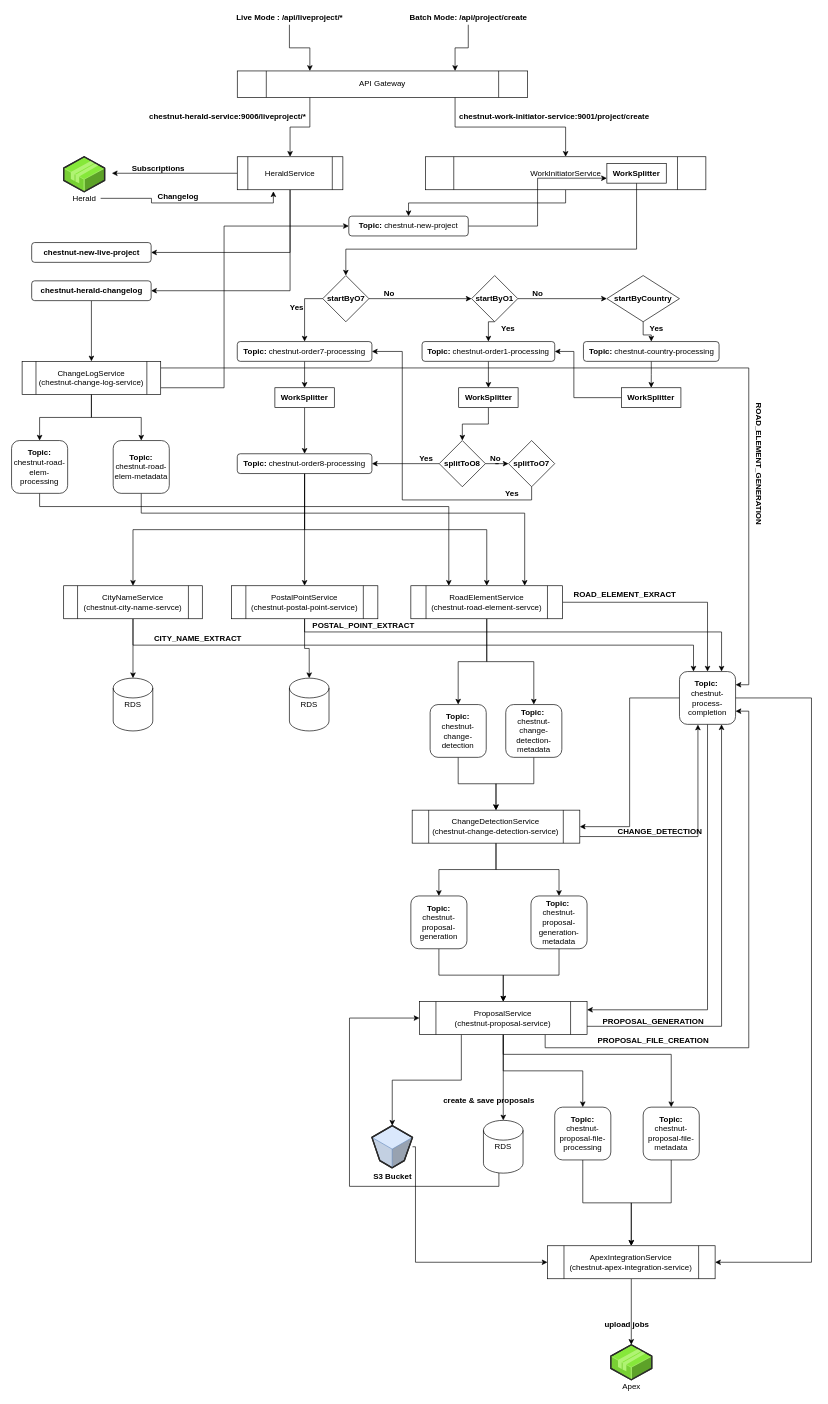
The draw.io diagram Chestnut-architecture-low-level.drawio in piyusht007/aws-certification, before the edit. Source tidied: cells renumbered, new cells numbered last; positions are measured from the earlier drawing's top-left corner, leaving out a move shared by most shapes. Both pictures are drawn from the tidied source at 66%, with x=0, y=0 at pixel (11, 11).
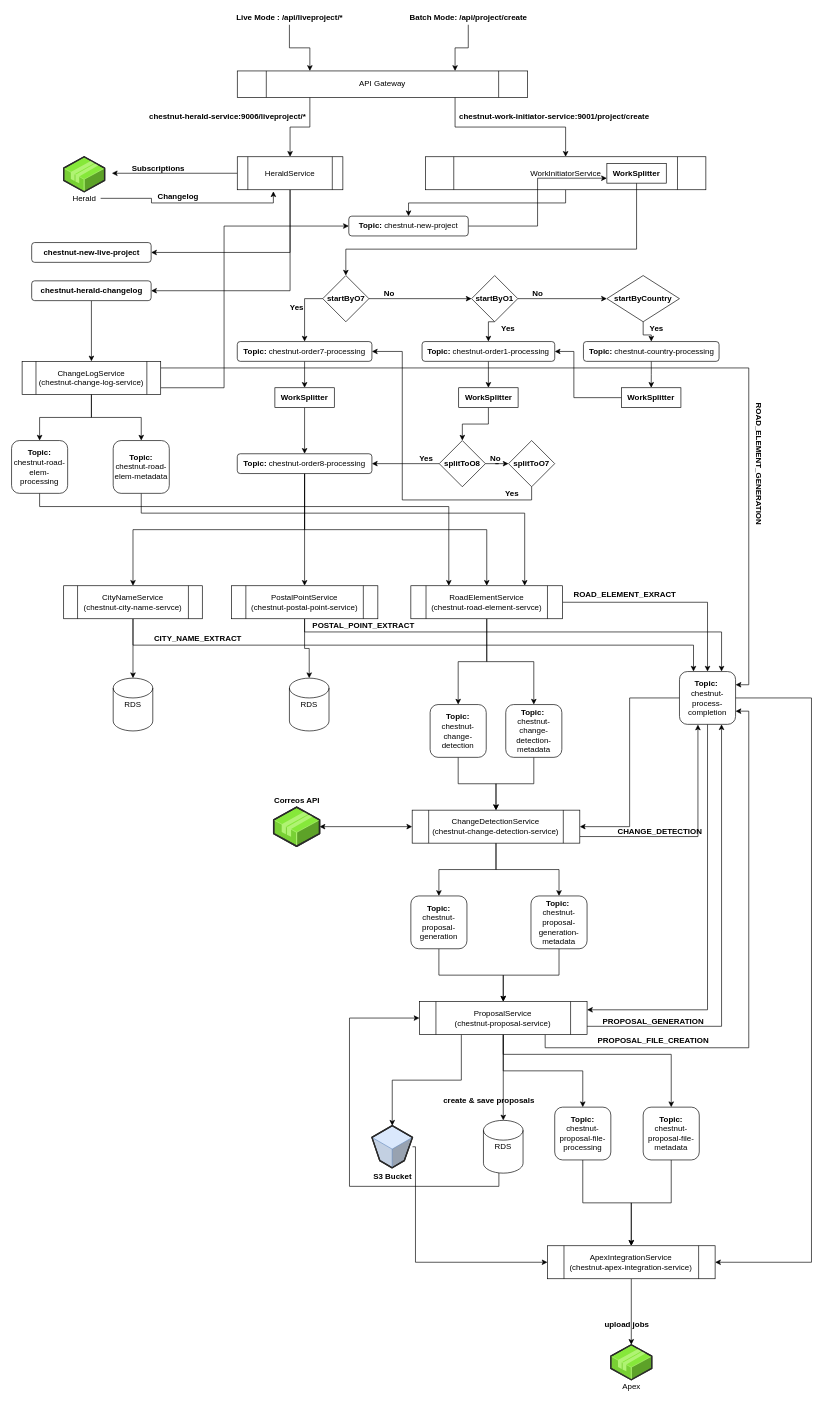
The same diagram, later.

Unchanged cells that the change refers to:
```xml
<mxCell id="82" value="ChangeDetectionService&lt;br&gt;(chestnut-change-detection-service)" style="shape=process;whiteSpace=wrap;html=1;backgroundOutline=1;" parent="1" vertex="1">
  <mxGeometry x="607" y="1210" width="254" height="50" as="geometry" />
</mxCell>
```

Change to the diagram source:
```diff
@@
+    <mxCell id="131" style="edgeStyle=orthogonalEdgeStyle;curved=0;rounded=0;sketch=0;jettySize=auto;html=1;startArrow=classic;startFill=1;" parent="1" edge="1" source="82" target="132">
+      <mxGeometry relative="1" as="geometry" />
+    </mxCell>
@@
+    <mxCell id="132" style="verticalLabelPosition=bottom;html=1;verticalAlign=top;strokeWidth=1;align=center;outlineConnect=0;dashed=0;outlineConnect=0;shape=mxgraph.aws3d.application2;fillColor=#86E83A;strokeColor=#B0F373;rounded=0;sketch=0;" parent="1" vertex="1">
+      <mxGeometry x="397.2" y="1205.3" width="69.5" height="59.4" as="geometry" />
+    </mxCell>
+    <mxCell id="133" value="&lt;b&gt;Correos API&lt;/b&gt;" style="text;html=1;align=center;verticalAlign=middle;" parent="1" vertex="1">
+      <mxGeometry x="391.5" y="1185.3" width="80" height="20" as="geometry" />
+    </mxCell>
```
